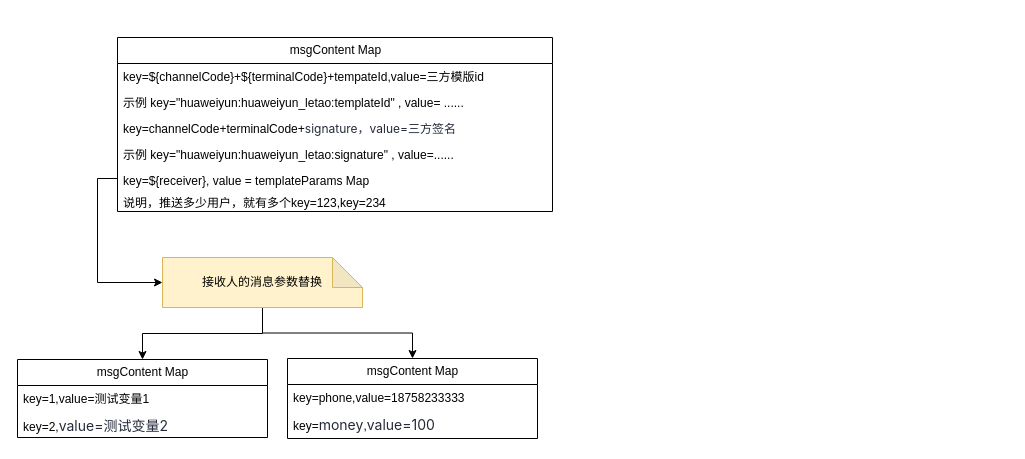
The draw.io diagram page "第 4 页" (4 of 4) of 中台/未命名绘图.drawio in gudujiujian11/diagram, before the edit. Source tidied: cells renumbered, new cells numbered last; positions are measured from the earlier drawing's top-left corner, leaving out a move shared by most shapes. Both pictures are drawn from the tidied source at 100%, with x=0, y=0 at pixel (17, 37).
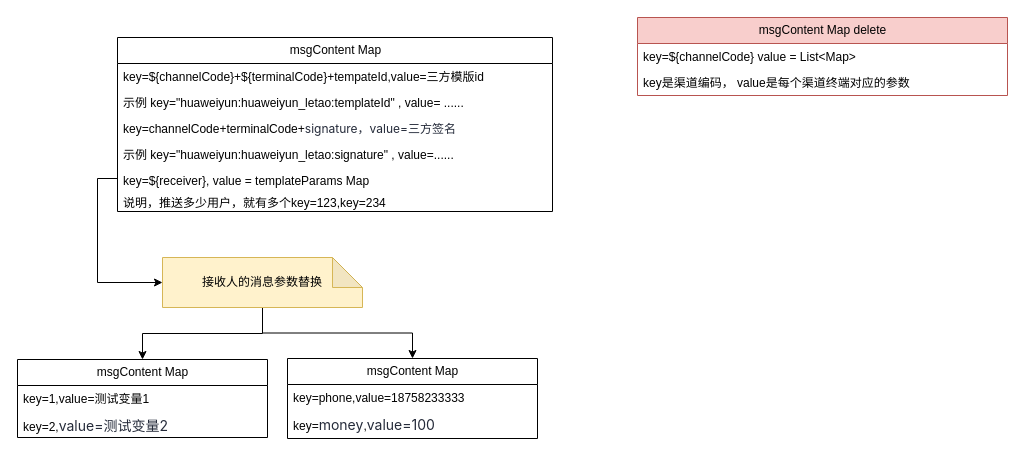
Above is the later version.

What changed in the source:
```diff
@@
+    <mxCell id="19" value="&lt;span style=&quot;text-align: left;&quot;&gt;msgContent Map delete&lt;/span&gt;" style="swimlane;fontStyle=0;horizontal=1;startSize=26;fillColor=#f8cecc;html=1;strokeColor=#b85450;" parent="1" vertex="1">
+      <mxGeometry x="620" y="-20" width="370" height="78" as="geometry" />
+    </mxCell>
+    <mxCell id="20" value="&lt;font style=&quot;font-size: 12px;&quot;&gt;key=${channelCode} value = List&amp;lt;Map&amp;gt;&lt;/font&gt;" style="text;strokeColor=none;fillColor=none;align=left;verticalAlign=top;spacingLeft=4;spacingRight=4;overflow=hidden;whiteSpace=wrap;html=1;" parent="19" vertex="1">
+      <mxGeometry y="26" width="370" height="26" as="geometry" />
+    </mxCell>
+    <mxCell id="21" value="key是渠道编码， value是每个渠道终端对应的参数" style="text;strokeColor=none;fillColor=none;align=left;verticalAlign=top;spacingLeft=4;spacingRight=4;overflow=hidden;whiteSpace=wrap;html=1;" parent="19" vertex="1">
+      <mxGeometry y="52" width="370" height="26" as="geometry" />
+    </mxCell>
```
